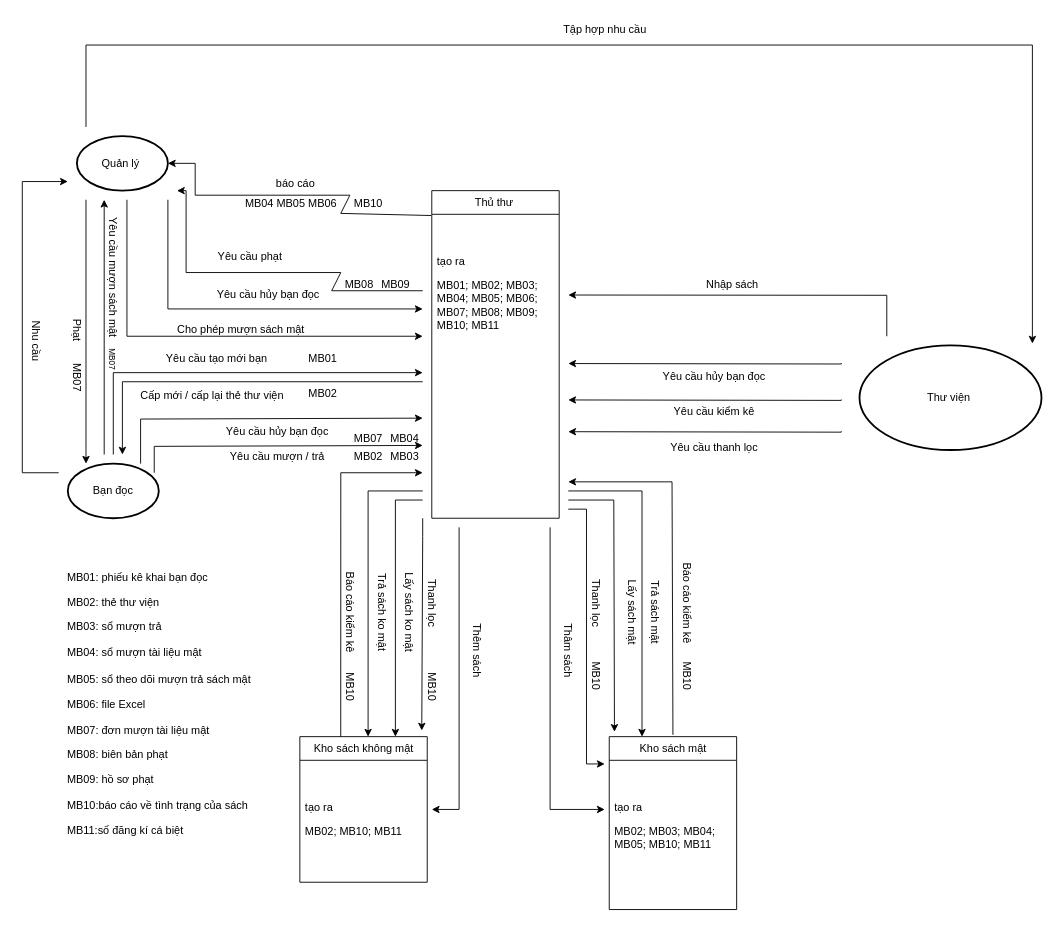
vqh17062001/PTTKHT keeps this draw.io diagram as page "Page-2" (2 of 2) of bài tap lớn/mô hình TTNV.drawio. Above is the earlier version. Source tidied: cells renumbered, new cells numbered last; positions are measured from the earlier drawing's top-left corner, leaving out a move shared by most shapes. Both pictures are drawn from the tidied source at 91%, with x=0, y=0 at pixel (4, 15).
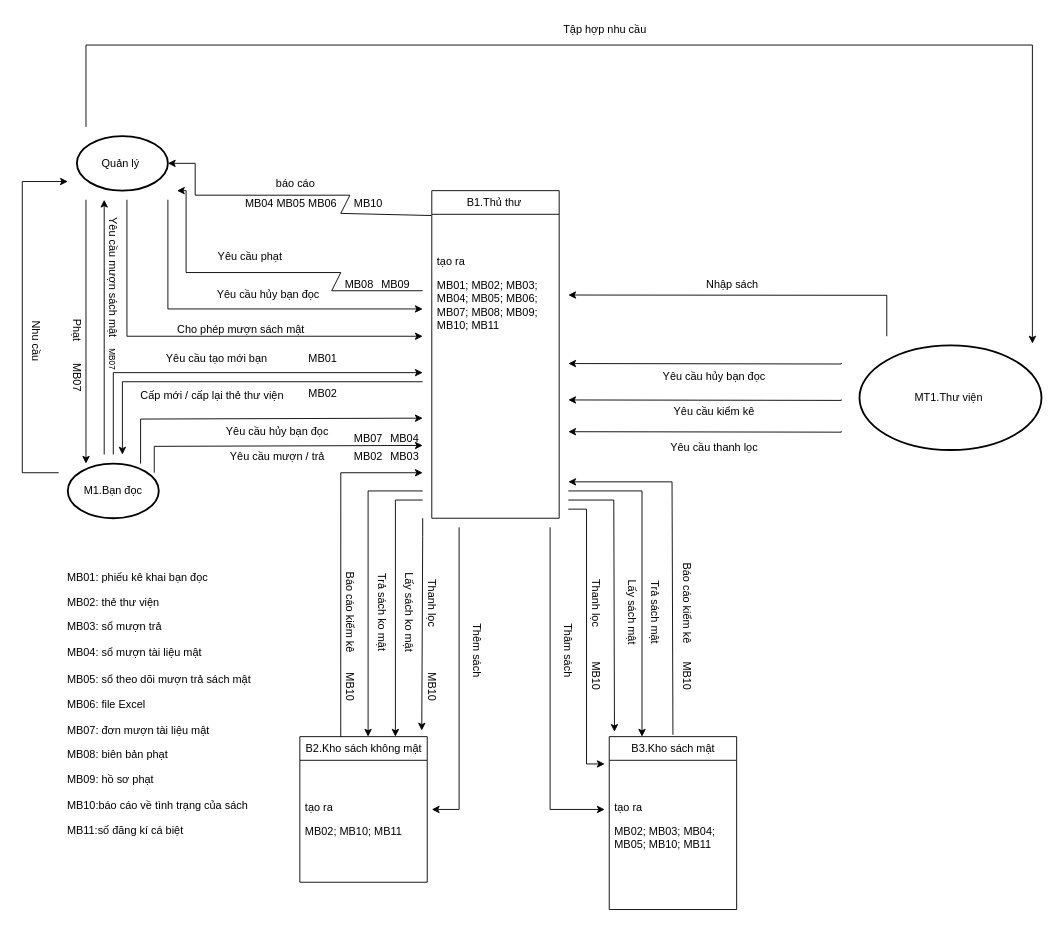
After the change.

Change to the diagram source:
```diff
@@
-    <mxCell id="2" value="Thư viện&amp;nbsp;" style="strokeWidth=2;html=1;shape=mxgraph.flowchart.start_1;whiteSpace=wrap;" parent="1" vertex="1">
+    <mxCell id="2" value="MT1.Thư viện&amp;nbsp;" style="strokeWidth=2;html=1;shape=mxgraph.flowchart.start_1;whiteSpace=wrap;" parent="1" vertex="1">
       <mxGeometry x="940" y="362" width="200" height="115" as="geometry" />
     </mxCell>
@@
-    <mxCell id="4" value="Bạn đọc" style="strokeWidth=2;html=1;shape=mxgraph.flowchart.start_1;whiteSpace=wrap;" parent="1" vertex="1">
+    <mxCell id="4" value="M1.Bạn đọc" style="strokeWidth=2;html=1;shape=mxgraph.flowchart.start_1;whiteSpace=wrap;" parent="1" vertex="1">
       <mxGeometry x="70" y="492" width="100" height="60" as="geometry" />
     </mxCell>
-    <mxCell id="5" value="Thủ thư&amp;nbsp;" style="swimlane;fontStyle=0;horizontal=1;startSize=26;fillColor=none;html=1;" parent="1" vertex="1">
+    <mxCell id="5" value="B1.Thủ thư&amp;nbsp;" style="swimlane;fontStyle=0;horizontal=1;startSize=26;fillColor=none;html=1;" parent="1" vertex="1">
       <mxGeometry x="470" y="192" width="140" height="360" as="geometry" />
     </mxCell>
@@
-    <mxCell id="7" value="Kho sách không mật" style="swimlane;fontStyle=0;horizontal=1;startSize=26;fillColor=none;html=1;" parent="1" vertex="1">
+    <mxCell id="7" value="B2.Kho sách không mật" style="swimlane;fontStyle=0;horizontal=1;startSize=26;fillColor=none;html=1;" parent="1" vertex="1">
       <mxGeometry x="325" y="792" width="140" height="160" as="geometry" />
     </mxCell>
@@
-    <mxCell id="9" value="Kho sách mật" style="swimlane;fontStyle=0;horizontal=1;startSize=26;fillColor=none;html=1;" parent="1" vertex="1">
+    <mxCell id="9" value="B3.Kho sách mật" style="swimlane;fontStyle=0;horizontal=1;startSize=26;fillColor=none;html=1;" parent="1" vertex="1">
       <mxGeometry x="665" y="792" width="140" height="190" as="geometry" />
     </mxCell>
```
